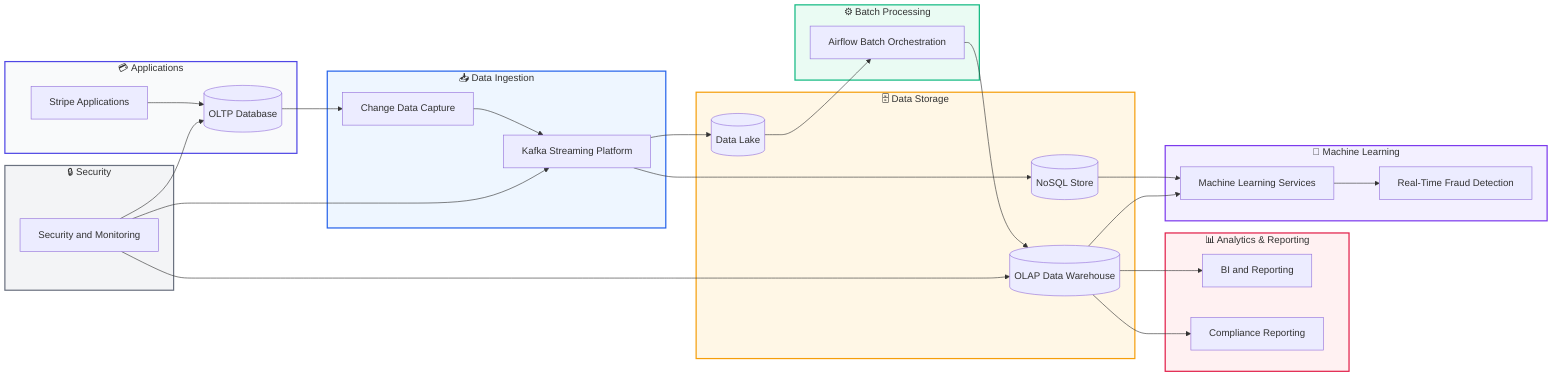
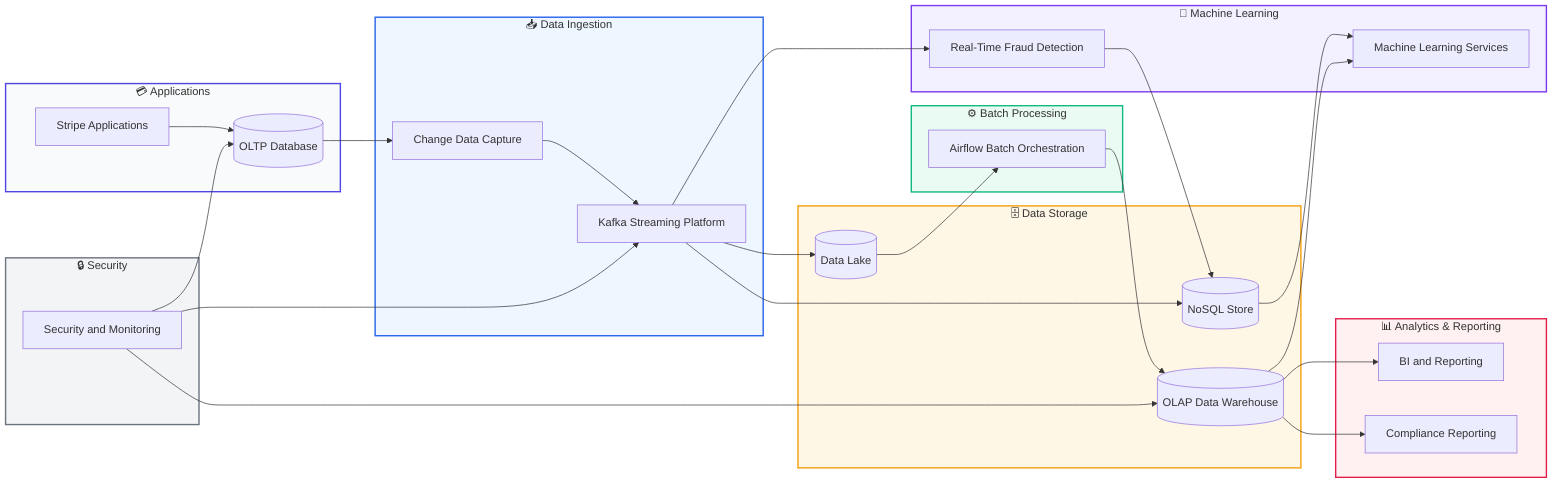
flowchart LR

%% =========================
%% Applications
%% =========================
subgraph A["💳 Applications"]
    apps[Stripe Applications]
    oltp[(OLTP Database)]
    apps --> oltp
end

%% =========================
%% Ingestion
%% =========================
subgraph B["📥 Data Ingestion"]
    cdc[Change Data Capture]
    kafka[Kafka Streaming Platform]

    oltp --> cdc
    cdc --> kafka
end

%% =========================
%% Storage
%% =========================
subgraph C["🗄️ Data Storage"]
    nosql[(NoSQL Store)]
    lake[(Data Lake)]
    warehouse[(OLAP Data Warehouse)]

    kafka --> nosql
    kafka --> lake
end

%% =========================
%% Batch Processing
%% =========================
subgraph D["⚙️ Batch Processing"]
    airflow[Airflow Batch Orchestration]

    lake --> airflow
    airflow --> warehouse
end

%% =========================
%% Analytics
%% =========================
subgraph E["📊 Analytics & Reporting"]
    bi[BI and Reporting]
    compliance[Compliance Reporting]

    warehouse --> bi
    warehouse --> compliance
end

%% =========================
%% Machine Learning
%% =========================
subgraph F["🤖 Machine Learning"]
    ml[Machine Learning Services]
    fraud[Real-Time Fraud Detection]

+     kafka --> fraud
+     fraud --> nosql
    nosql --> ml
    warehouse --> ml
-     ml --> fraud
end

%% =========================
%% Security
%% =========================
subgraph G["🔒 Security"]
    security[Security and Monitoring]

    security --> oltp
    security --> kafka
    security --> warehouse
end

%% =========================
%% Styles
%% =========================
style A fill:#F9FAFB,stroke:#4F46E5,stroke-width:2px
style B fill:#EEF6FF,stroke:#2563EB,stroke-width:2px
style C fill:#FFF7E6,stroke:#F59E0B,stroke-width:2px
style D fill:#EAFBF3,stroke:#10B981,stroke-width:2px
style E fill:#FFF1F2,stroke:#E11D48,stroke-width:2px
style F fill:#F3F0FF,stroke:#7C3AED,stroke-width:2px
- style G fill:#F3F4F6,stroke:#6B7280,stroke-width:2px+ style G fill:#F3F4F6,stroke:#6B7280,stroke-width:2px
